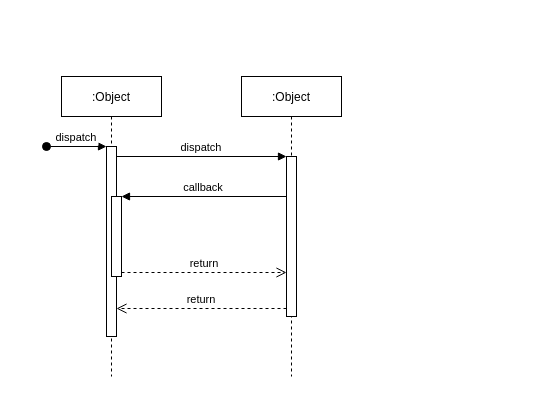
The draw.io diagram 会议时序图.drawio in lizhanxu/document, before the edit. Source tidied: cells renumbered, new cells numbered last; positions are measured from the earlier drawing's top-left corner, leaving out a move shared by most shapes. Both pictures are drawn from the tidied source at 100%, with x=0, y=0 at pixel (46, 76).
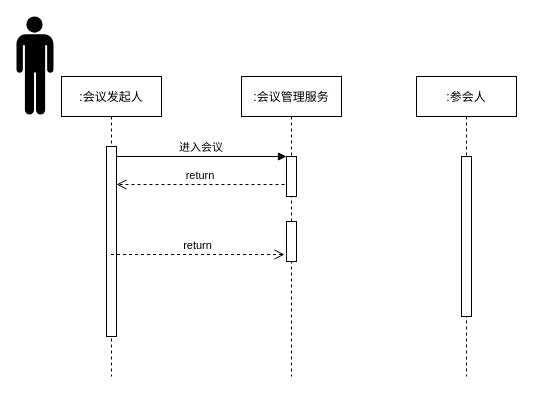
After the change.

Commit message:
更新会议时序图.drawio

What changed in the source:
```diff
@@
 <mxGraphModel>
   <root>
     <mxCell id="0" />
     <mxCell id="1" parent="0" />
-    <mxCell id="2" value=":Object" style="shape=umlLifeline;perimeter=lifelinePerimeter;rounded=0;shadow=0;strokeWidth=1;" parent="1" vertex="1">
+    <mxCell id="2" value=":会议发起人" style="shape=umlLifeline;perimeter=lifelinePerimeter;rounded=0;shadow=0;strokeWidth=1;" parent="1" vertex="1">
       <mxGeometry x="15" width="100" height="300" as="geometry" />
     </mxCell>
     <mxCell id="3" style="points=[];perimeter=orthogonalPerimeter;rounded=0;shadow=0;strokeWidth=1;" parent="2" vertex="1">
       <mxGeometry x="45" y="70" width="10" height="190" as="geometry" />
     </mxCell>
-    <mxCell id="4" value="dispatch" style="verticalAlign=bottom;startArrow=oval;endArrow=block;startSize=8;shadow=0;strokeWidth=1;" parent="2" edge="1" target="3">
-      <mxGeometry relative="1" as="geometry">
-        <mxPoint x="-15" y="70" as="sourcePoint" />
-      </mxGeometry>
-    </mxCell>
-    <mxCell id="5" style="points=[];perimeter=orthogonalPerimeter;rounded=0;shadow=0;strokeWidth=1;" parent="2" vertex="1">
-      <mxGeometry x="50" y="120" width="10" height="80" as="geometry" />
-    </mxCell>
-    <mxCell id="6" value=":Object" style="shape=umlLifeline;perimeter=lifelinePerimeter;rounded=0;shadow=0;strokeWidth=1;" parent="1" vertex="1">
+    <mxCell id="6" value=":会议管理服务" style="shape=umlLifeline;perimeter=lifelinePerimeter;rounded=0;shadow=0;strokeWidth=1;" parent="1" vertex="1">
       <mxGeometry x="195" width="100" height="300" as="geometry" />
     </mxCell>
     <mxCell id="7" style="points=[];perimeter=orthogonalPerimeter;rounded=0;shadow=0;strokeWidth=1;" parent="6" vertex="1">
-      <mxGeometry x="45" y="80" width="10" height="160" as="geometry" />
+      <mxGeometry x="45" y="80" width="10" height="40" as="geometry" />
     </mxCell>
+    <mxCell id="12" style="points=[];perimeter=orthogonalPerimeter;rounded=0;shadow=0;strokeWidth=1;" parent="6" vertex="1">
+      <mxGeometry x="45" y="145" width="10" height="40" as="geometry" />
+    </mxCell>
-    <mxCell id="8" value="return" style="verticalAlign=bottom;endArrow=open;dashed=1;endSize=8;exitX=0;exitY=0.95;shadow=0;strokeWidth=1;" parent="1" edge="1" source="7" target="3">
+    <mxCell id="8" value="return" style="verticalAlign=bottom;endArrow=open;dashed=1;endSize=8;shadow=0;strokeWidth=1;exitX=-0.2;exitY=0.7;exitDx=0;exitDy=0;exitPerimeter=0;" parent="1" edge="1" source="7" target="3">
       <mxGeometry relative="1" as="geometry" />
     </mxCell>
-    <mxCell id="9" value="dispatch" style="verticalAlign=bottom;endArrow=block;entryX=0;entryY=0;shadow=0;strokeWidth=1;" parent="1" edge="1" source="3" target="7">
+    <mxCell id="9" value="进入会议" style="verticalAlign=bottom;endArrow=block;entryX=0;entryY=0;shadow=0;strokeWidth=1;" parent="1" edge="1" source="3" target="7">
       <mxGeometry relative="1" as="geometry" />
     </mxCell>
-    <mxCell id="10" value="callback" style="verticalAlign=bottom;endArrow=block;entryX=1;entryY=0;shadow=0;strokeWidth=1;" parent="1" edge="1" source="7" target="5">
-      <mxGeometry relative="1" as="geometry" />
-    </mxCell>
-    <mxCell id="11" value="return" style="verticalAlign=bottom;endArrow=open;dashed=1;endSize=8;exitX=1;exitY=0.95;shadow=0;strokeWidth=1;" parent="1" edge="1" source="5" target="7">
+    <mxCell id="11" value="return" style="verticalAlign=bottom;endArrow=open;dashed=1;endSize=8;shadow=0;strokeWidth=1;entryX=-0.2;entryY=0.825;entryDx=0;entryDy=0;entryPerimeter=0;" parent="1" edge="1" source="2" target="12">
       <mxGeometry relative="1" as="geometry" />
     </mxCell>
+    <mxCell id="13" style="shape=mxgraph.signs.people.man_1;html=1;fillColor=#000000;strokeColor=none;verticalLabelPosition=bottom;verticalAlign=top;align=center;" parent="1" vertex="1">
+      <mxGeometry x="-30" y="-60" width="37" height="98" as="geometry" />
+    </mxCell>
+    <mxCell id="14" value=":参会人" style="shape=umlLifeline;perimeter=lifelinePerimeter;rounded=0;shadow=0;strokeWidth=1;" parent="1" vertex="1">
+      <mxGeometry x="370" width="100" height="300" as="geometry" />
+    </mxCell>
+    <mxCell id="15" style="perimeter=orthogonalPerimeter;rounded=0;shadow=0;strokeWidth=1;" parent="14" vertex="1">
+      <mxGeometry x="45" y="80" width="10" height="160" as="geometry" />
+    </mxCell>
   </root>
 </mxGraphModel>
```
